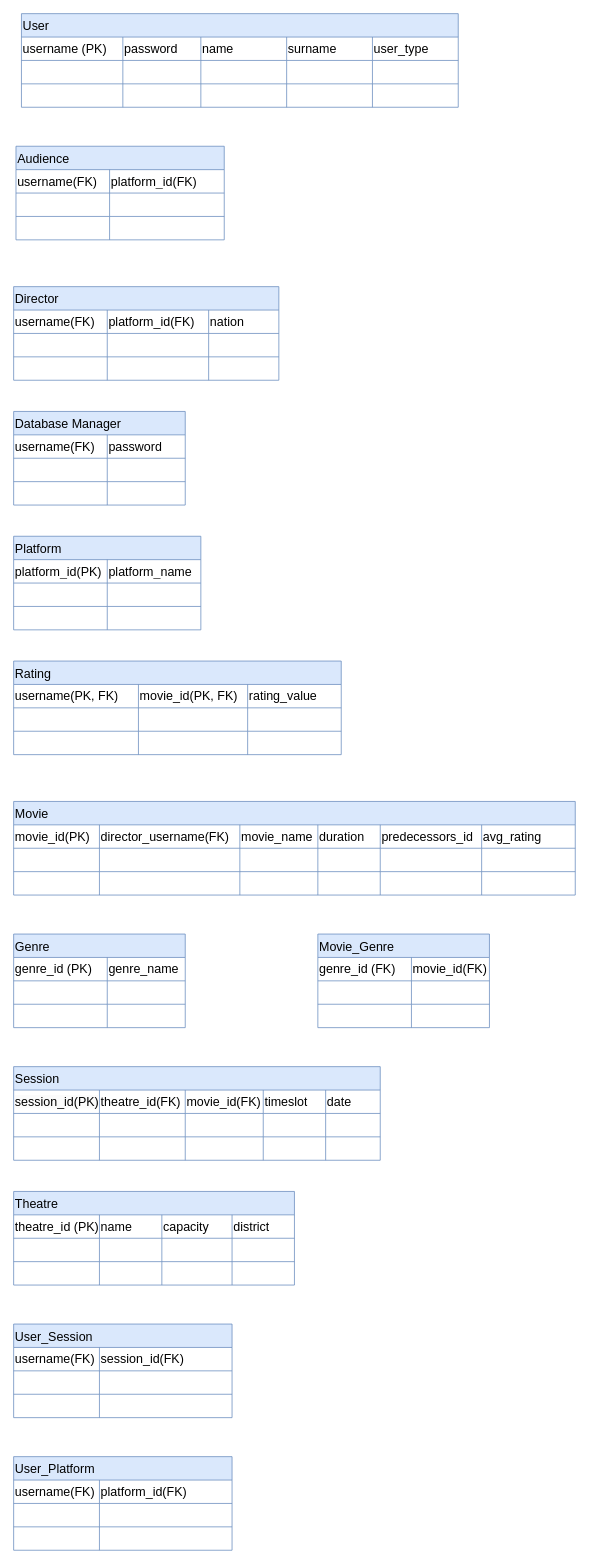
Earlier version of the draw.io diagram relationalModel.drawio (OnurKlc/draw.io_files). Source tidied: cells renumbered, new cells numbered last; positions are measured from the earlier drawing's top-left corner, leaving out a move shared by most shapes. Both pictures are drawn from the tidied source at 78%, with x=0, y=0 at pixel (13, 13).
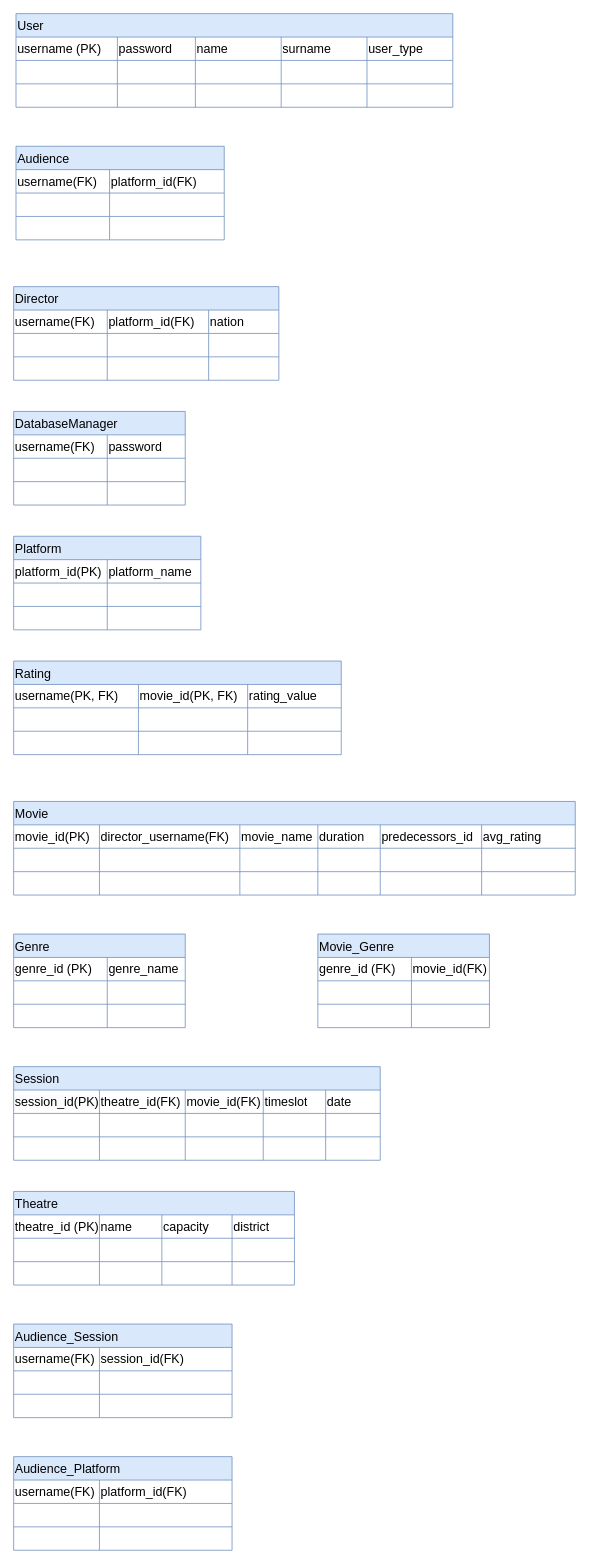
The same diagram, later.

What changed in the source:
```diff
@@
     <mxCell id="2" value="User" style="shape=table;startSize=30;childLayout=tableLayout;strokeColor=#6c8ebf;fontSize=16;align=left;perimeterSpacing=0;fillColor=#dae8fc;" parent="1" vertex="1">
-      <mxGeometry x="10" width="560" height="120" as="geometry" />
+      <mxGeometry x="3" width="560" height="120" as="geometry" />
     </mxCell>
@@
-    <mxCell id="111" value="Database Manager" style="shape=table;startSize=30;childLayout=tableLayout;strokeColor=#6c8ebf;fontSize=16;align=left;perimeterSpacing=0;fillColor=#dae8fc;" parent="1" vertex="1">
+    <mxCell id="111" value="DatabaseManager" style="shape=table;startSize=30;childLayout=tableLayout;strokeColor=#6c8ebf;fontSize=16;align=left;perimeterSpacing=0;fillColor=#dae8fc;" parent="1" vertex="1">
       <mxGeometry y="510" width="220" height="120" as="geometry" />
     </mxCell>
@@
-    <mxCell id="144" value="User_Session" style="shape=table;startSize=30;childLayout=tableLayout;strokeColor=#6c8ebf;fontSize=16;align=left;perimeterSpacing=0;fillColor=#dae8fc;" parent="1" vertex="1">
+    <mxCell id="144" value="Audience_Session" style="shape=table;startSize=30;childLayout=tableLayout;strokeColor=#6c8ebf;fontSize=16;align=left;perimeterSpacing=0;fillColor=#dae8fc;" parent="1" vertex="1">
       <mxGeometry y="1680" width="280" height="120" as="geometry" />
     </mxCell>
@@
-    <mxCell id="154" value="User_Platform" style="shape=table;startSize=30;childLayout=tableLayout;strokeColor=#6c8ebf;fontSize=16;align=left;perimeterSpacing=0;fillColor=#dae8fc;" parent="1" vertex="1">
+    <mxCell id="154" value="Audience_Platform" style="shape=table;startSize=30;childLayout=tableLayout;strokeColor=#6c8ebf;fontSize=16;align=left;perimeterSpacing=0;fillColor=#dae8fc;" parent="1" vertex="1">
       <mxGeometry y="1850" width="280" height="120" as="geometry" />
     </mxCell>
```
